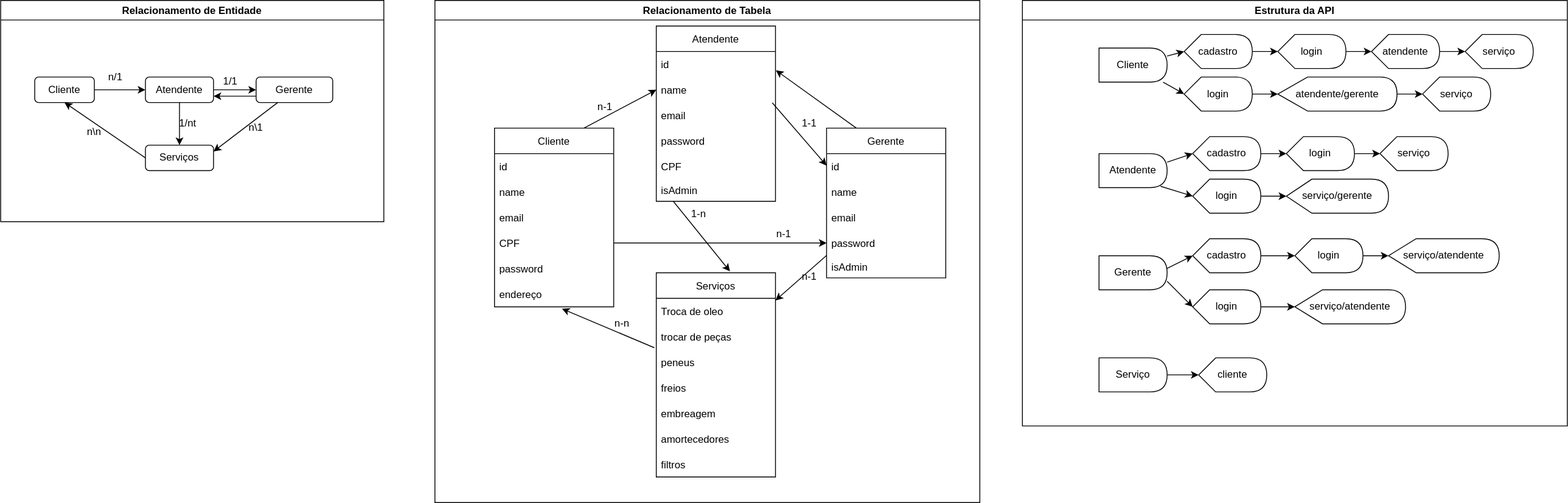
Earlier version of the draw.io export project.drawio.svg (Jardejane/servi-o-oficina). Source tidied: cells renumbered, new cells last; positions are measured from the earlier drawing's top-left corner, leaving out a move shared by most shapes.
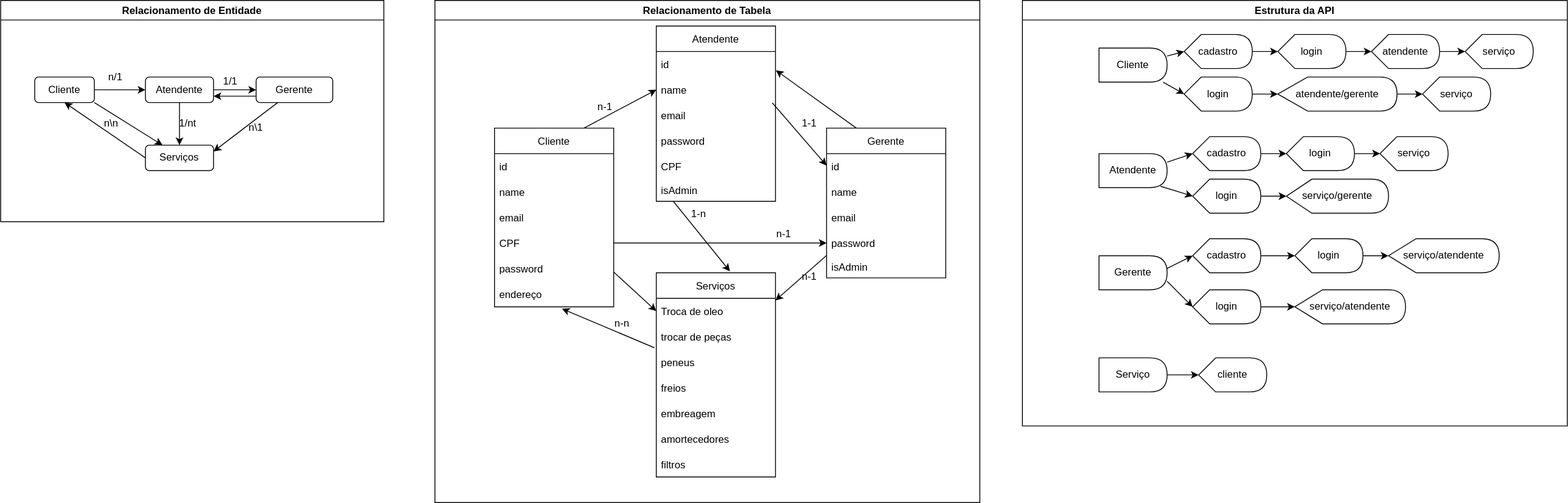
Later version of the same file.

What changed in the source:
```diff
@@ -12,6 +12,9 @@
         </Array>
       </mxGeometry>
     </mxCell>
+    <mxCell id="101" style="edgeStyle=none;html=1;exitX=1;exitY=1;exitDx=0;exitDy=0;entryX=0.25;entryY=0;entryDx=0;entryDy=0;" parent="2" edge="1" source="4" target="12">
+      <mxGeometry relative="1" as="geometry" />
+    </mxCell>
     <mxCell id="4" value="Cliente&amp;nbsp;" style="rounded=1;whiteSpace=wrap;html=1;" parent="2" vertex="1">
       <mxGeometry x="40" y="90" width="70" height="30" as="geometry" />
     </mxCell>
@@ -52,11 +55,14 @@
       <mxGeometry x="190" y="130" width="60" height="30" as="geometry" />
     </mxCell>
     <mxCell id="17" value="n\n" style="text;html=1;strokeColor=none;fillColor=none;align=center;verticalAlign=middle;whiteSpace=wrap;rounded=0;" parent="2" vertex="1">
-      <mxGeometry x="80" y="140" width="60" height="30" as="geometry" />
+      <mxGeometry x="100" y="130" width="60" height="30" as="geometry" />
     </mxCell>
     <mxCell id="18" value="Relacionamento de Tabela " style="swimlane;" parent="1" vertex="1">
       <mxGeometry x="510" width="640" height="590" as="geometry" />
     </mxCell>
+    <mxCell id="102" style="edgeStyle=none;html=1;entryX=0;entryY=0.5;entryDx=0;entryDy=0;" parent="18" edge="1" source="19" target="44">
+      <mxGeometry relative="1" as="geometry" />
+    </mxCell>
     <mxCell id="19" value="Cliente" style="swimlane;fontStyle=0;horizontal=1;startSize=30;" parent="18" vertex="1">
       <mxGeometry x="70" y="150" width="140" height="210" as="geometry" />
     </mxCell>
```
